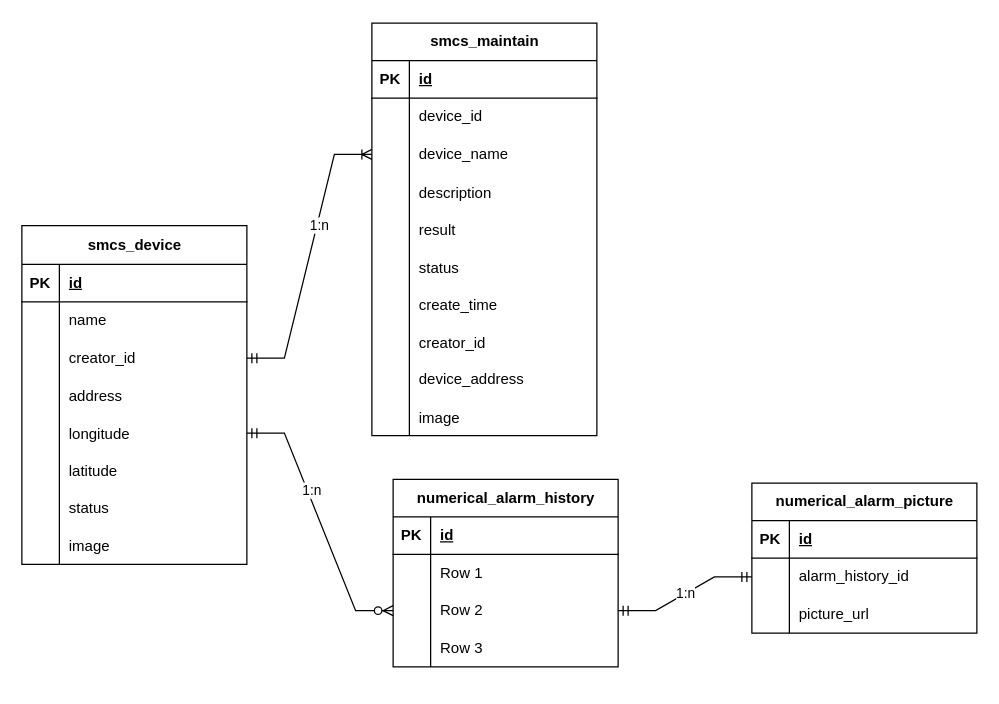
Before: page "数据库e-r图" (3 of 3) of 模块.drawio in viking-wj/software, a draw.io diagram. Source tidied: cells renumbered, new cells numbered last; positions are measured from the earlier drawing's top-left corner, leaving out a move shared by most shapes. Both pictures are drawn from the tidied source at 125%, with x=0, y=0 at pixel (21, 22).
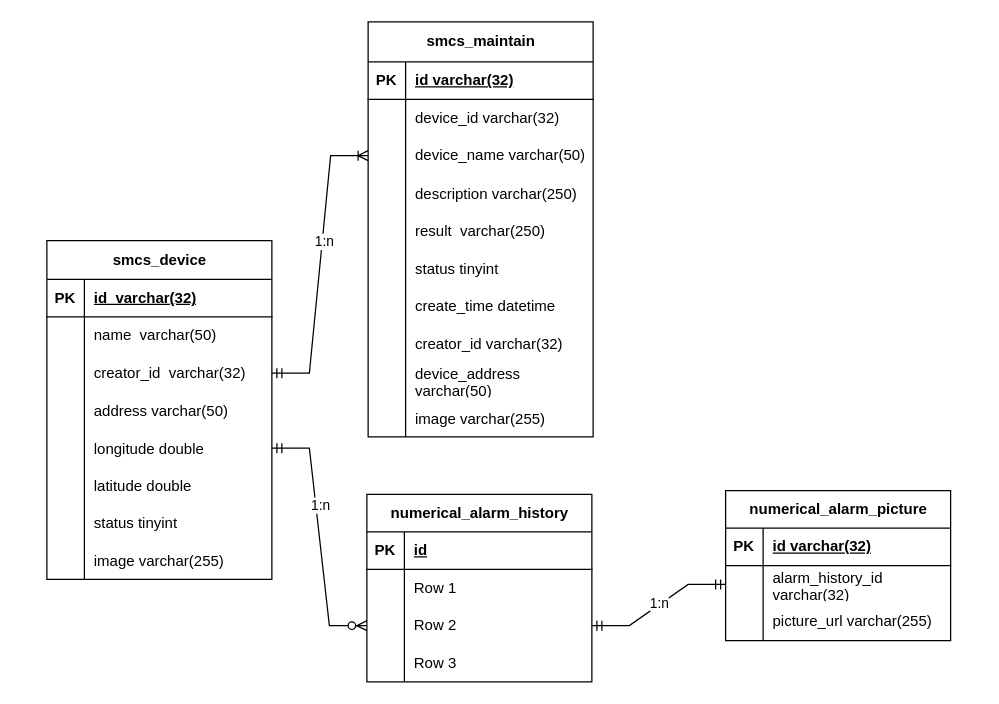
The same diagram, later.

Commit message:
补充数据类型.drawio

Unchanged cells that the change refers to:
```xml
<mxCell id="3" style="shape=tableRow;horizontal=0;startSize=0;swimlaneHead=0;swimlaneBody=0;fillColor=none;top=0;left=0;right=0;bottom=1;" parent="2" vertex="1">
  <mxGeometry y="31" width="180" height="30" as="geometry" />
</mxCell>
<mxCell id="6" style="shape=tableRow;horizontal=0;startSize=0;swimlaneHead=0;swimlaneBody=0;fillColor=none;top=0;left=0;right=0;bottom=0;" parent="2" vertex="1">
  <mxGeometry y="61" width="180" height="30" as="geometry" />
</mxCell>
<mxCell id="9" style="shape=tableRow;horizontal=0;startSize=0;swimlaneHead=0;swimlaneBody=0;fillColor=none;points=[[0,0.5],[1,0.5]];portConstraint=eastwest;top=0;left=0;right=0;bottom=0;" parent="2" vertex="1">
  <mxGeometry y="91" width="180" height="30" as="geometry" />
</mxCell>
<mxCell id="12" style="shape=tableRow;horizontal=0;startSize=0;swimlaneHead=0;swimlaneBody=0;fillColor=none;top=0;left=0;right=0;bottom=0;" parent="2" vertex="1">
  <mxGeometry y="121" width="180" height="30" as="geometry" />
</mxCell>
<mxCell id="15" style="shape=tableRow;horizontal=0;startSize=0;swimlaneHead=0;swimlaneBody=0;fillColor=none;points=[[0,0.5],[1,0.5]];portConstraint=eastwest;top=0;left=0;right=0;bottom=0;" parent="2" vertex="1">
  <mxGeometry y="151" width="180" height="30" as="geometry" />
</mxCell>
<mxCell id="18" style="shape=tableRow;horizontal=0;startSize=0;swimlaneHead=0;swimlaneBody=0;fillColor=none;top=0;left=0;right=0;bottom=0;" parent="2" vertex="1">
  <mxGeometry y="181" width="180" height="30" as="geometry" />
</mxCell>
<mxCell id="21" style="shape=tableRow;horizontal=0;startSize=0;swimlaneHead=0;swimlaneBody=0;fillColor=none;top=0;left=0;right=0;bottom=0;" parent="2" vertex="1">
  <mxGeometry y="211" width="180" height="30" as="geometry" />
</mxCell>
<mxCell id="24" style="shape=tableRow;horizontal=0;startSize=0;swimlaneHead=0;swimlaneBody=0;fillColor=none;top=0;left=0;right=0;bottom=0;" parent="2" vertex="1">
  <mxGeometry y="241" width="180" height="30" as="geometry" />
</mxCell>
<mxCell id="58" style="edgeStyle=entityRelationEdgeStyle;fontSize=12;html=1;endArrow=ERoneToMany;startArrow=ERmandOne;rounded=0;exitX=1;exitY=0.5;exitDx=0;exitDy=0;" parent="1" edge="1" source="9" target="34">
  <mxGeometry relative="1" as="geometry">
    <Array as="points">
      <mxPoint x="230" y="172" />
    </Array>
  </mxGeometry>
</mxCell>
<mxCell id="61" style="shape=tableRow;horizontal=0;startSize=0;swimlaneHead=0;swimlaneBody=0;fillColor=none;top=0;left=0;right=0;bottom=1;" parent="60" vertex="1">
  <mxGeometry y="30" width="180" height="30" as="geometry" />
</mxCell>
<mxCell id="64" style="shape=tableRow;horizontal=0;startSize=0;swimlaneHead=0;swimlaneBody=0;fillColor=none;points=[[0,0.5],[1,0.5]];portConstraint=eastwest;top=0;left=0;right=0;bottom=0;" parent="60" vertex="1">
  <mxGeometry y="60" width="180" height="30" as="geometry" />
</mxCell>
<mxCell id="67" style="shape=tableRow;horizontal=0;startSize=0;swimlaneHead=0;swimlaneBody=0;fillColor=none;top=0;left=0;right=0;bottom=0;" parent="60" vertex="1">
  <mxGeometry y="90" width="180" height="30" as="geometry" />
</mxCell>
```

The edit, as a diff of the source:
```diff
@@
     <mxCell id="2" value="smcs_device" style="shape=table;startSize=31;childLayout=tableLayout;rowLines=0;fontStyle=1;align=center;html=1;" parent="1" vertex="1">
-      <mxGeometry y="162" width="180" height="271" as="geometry" />
+      <mxGeometry x="20" y="174" width="180" height="271" as="geometry" />
     </mxCell>
@@
-    <mxCell id="5" value="id" style="shape=partialRectangle;fillColor=none;top=0;left=0;bottom=0;right=0;align=left;spacingLeft=6;fontStyle=5;overflow=hidden;whiteSpace=wrap;html=1;" parent="3" vertex="1">
+    <mxCell id="5" value="id&amp;nbsp; varchar(32)" style="shape=partialRectangle;fillColor=none;top=0;left=0;bottom=0;right=0;align=left;spacingLeft=6;fontStyle=5;overflow=hidden;whiteSpace=wrap;html=1;" parent="3" vertex="1">
       <mxGeometry x="30" width="150" height="30" as="geometry" />
     </mxCell>
@@
-    <mxCell id="8" value="name" style="shape=partialRectangle;fillColor=none;top=0;left=0;bottom=0;right=0;align=left;spacingLeft=6;overflow=hidden;whiteSpace=wrap;html=1;" parent="6" vertex="1">
+    <mxCell id="8" value="name&amp;nbsp; varchar(50)" style="shape=partialRectangle;fillColor=none;top=0;left=0;bottom=0;right=0;align=left;spacingLeft=6;overflow=hidden;whiteSpace=wrap;html=1;" parent="6" vertex="1">
       <mxGeometry x="30" width="150" height="30" as="geometry" />
     </mxCell>
@@
-    <mxCell id="11" value="creator_id" style="shape=partialRectangle;fillColor=none;top=0;left=0;bottom=0;right=0;align=left;spacingLeft=6;overflow=hidden;whiteSpace=wrap;html=1;" parent="9" vertex="1">
+    <mxCell id="11" value="creator_id&amp;nbsp; varchar(32)" style="shape=partialRectangle;fillColor=none;top=0;left=0;bottom=0;right=0;align=left;spacingLeft=6;overflow=hidden;whiteSpace=wrap;html=1;" parent="9" vertex="1">
       <mxGeometry x="30" width="150" height="30" as="geometry" />
     </mxCell>
@@
-    <mxCell id="14" value="address" style="shape=partialRectangle;fillColor=none;top=0;left=0;bottom=0;right=0;align=left;spacingLeft=6;overflow=hidden;" parent="12" vertex="1">
+    <mxCell id="14" value="address varchar(50)" style="shape=partialRectangle;fillColor=none;top=0;left=0;bottom=0;right=0;align=left;spacingLeft=6;overflow=hidden;" parent="12" vertex="1">
       <mxGeometry x="30" width="150" height="30" as="geometry" />
     </mxCell>
@@
-    <mxCell id="17" value="longitude" style="shape=partialRectangle;fillColor=none;top=0;left=0;bottom=0;right=0;align=left;spacingLeft=6;overflow=hidden;" parent="15" vertex="1">
+    <mxCell id="17" value="longitude double" style="shape=partialRectangle;fillColor=none;top=0;left=0;bottom=0;right=0;align=left;spacingLeft=6;overflow=hidden;" parent="15" vertex="1">
       <mxGeometry x="30" width="150" height="30" as="geometry" />
     </mxCell>
@@
-    <mxCell id="20" value="latitude" style="shape=partialRectangle;fillColor=none;top=0;left=0;bottom=0;right=0;align=left;spacingLeft=6;overflow=hidden;" parent="18" vertex="1">
+    <mxCell id="20" value="latitude double" style="shape=partialRectangle;fillColor=none;top=0;left=0;bottom=0;right=0;align=left;spacingLeft=6;overflow=hidden;" parent="18" vertex="1">
       <mxGeometry x="30" width="150" height="30" as="geometry" />
     </mxCell>
@@
-    <mxCell id="23" value="status" style="shape=partialRectangle;fillColor=none;top=0;left=0;bottom=0;right=0;align=left;spacingLeft=6;overflow=hidden;whiteSpace=wrap;html=1;" parent="21" vertex="1">
+    <mxCell id="23" value="status tinyint" style="shape=partialRectangle;fillColor=none;top=0;left=0;bottom=0;right=0;align=left;spacingLeft=6;overflow=hidden;whiteSpace=wrap;html=1;" parent="21" vertex="1">
       <mxGeometry x="30" width="150" height="30" as="geometry" />
     </mxCell>
@@
-    <mxCell id="26" value="image" style="shape=partialRectangle;fillColor=none;top=0;left=0;bottom=0;right=0;align=left;spacingLeft=6;overflow=hidden;" parent="24" vertex="1">
+    <mxCell id="26" value="image varchar(255)" style="shape=partialRectangle;fillColor=none;top=0;left=0;bottom=0;right=0;align=left;spacingLeft=6;overflow=hidden;" parent="24" vertex="1">
       <mxGeometry x="30" width="150" height="30" as="geometry" />
     </mxCell>
-    <mxCell id="27" value="smcs_maintain" style="shape=table;startSize=30;childLayout=tableLayout;rowLines=0;fontStyle=1;align=center;html=1;" parent="1" vertex="1">
-      <mxGeometry x="280" width="180" height="330" as="geometry" />
+    <mxCell id="27" value="smcs_maintain" style="shape=table;startSize=32;childLayout=tableLayout;rowLines=0;fontStyle=1;align=center;html=1;" parent="1" vertex="1">
+      <mxGeometry x="277" y="-1" width="180" height="332" as="geometry" />
     </mxCell>
     <mxCell id="28" style="shape=tableRow;horizontal=0;startSize=0;swimlaneHead=0;swimlaneBody=0;fillColor=none;top=0;left=0;right=0;bottom=1;" parent="27" vertex="1">
-      <mxGeometry y="30" width="180" height="30" as="geometry" />
+      <mxGeometry y="32" width="180" height="30" as="geometry" />
     </mxCell>
@@
-    <mxCell id="30" value="id" style="shape=partialRectangle;fillColor=none;top=0;left=0;bottom=0;right=0;align=left;spacingLeft=6;fontStyle=5;overflow=hidden;whiteSpace=wrap;html=1;" parent="28" vertex="1">
+    <mxCell id="30" value="id varchar(32)" style="shape=partialRectangle;fillColor=none;top=0;left=0;bottom=0;right=0;align=left;spacingLeft=6;fontStyle=5;overflow=hidden;whiteSpace=wrap;html=1;" parent="28" vertex="1">
       <mxGeometry x="30" width="150" height="30" as="geometry" />
     </mxCell>
     <mxCell id="31" style="shape=tableRow;horizontal=0;startSize=0;swimlaneHead=0;swimlaneBody=0;fillColor=none;top=0;left=0;right=0;bottom=0;" parent="27" vertex="1">
-      <mxGeometry y="60" width="180" height="30" as="geometry" />
+      <mxGeometry y="62" width="180" height="30" as="geometry" />
     </mxCell>
@@
-    <mxCell id="33" value="device_id" style="shape=partialRectangle;fillColor=none;top=0;left=0;bottom=0;right=0;align=left;spacingLeft=6;overflow=hidden;whiteSpace=wrap;html=1;" parent="31" vertex="1">
+    <mxCell id="33" value="device_id varchar(32)" style="shape=partialRectangle;fillColor=none;top=0;left=0;bottom=0;right=0;align=left;spacingLeft=6;overflow=hidden;whiteSpace=wrap;html=1;" parent="31" vertex="1">
       <mxGeometry x="30" width="150" height="30" as="geometry" />
     </mxCell>
     <mxCell id="34" style="shape=tableRow;horizontal=0;startSize=0;swimlaneHead=0;swimlaneBody=0;fillColor=none;points=[[0,0.5],[1,0.5]];portConstraint=eastwest;top=0;left=0;right=0;bottom=0;" parent="27" vertex="1">
-      <mxGeometry y="90" width="180" height="30" as="geometry" />
+      <mxGeometry y="92" width="180" height="30" as="geometry" />
     </mxCell>
@@
-    <mxCell id="36" value="device_name" style="shape=partialRectangle;fillColor=none;top=0;left=0;bottom=0;right=0;align=left;spacingLeft=6;overflow=hidden;whiteSpace=wrap;html=1;" parent="34" vertex="1">
+    <mxCell id="36" value="device_name varchar(50)" style="shape=partialRectangle;fillColor=none;top=0;left=0;bottom=0;right=0;align=left;spacingLeft=6;overflow=hidden;whiteSpace=wrap;html=1;" parent="34" vertex="1">
       <mxGeometry x="30" width="150" height="30" as="geometry" />
     </mxCell>
     <mxCell id="37" style="shape=tableRow;horizontal=0;startSize=0;swimlaneHead=0;swimlaneBody=0;fillColor=none;top=0;left=0;right=0;bottom=0;" parent="27" vertex="1">
-      <mxGeometry y="120" width="180" height="30" as="geometry" />
+      <mxGeometry y="122" width="180" height="30" as="geometry" />
     </mxCell>
@@
-    <mxCell id="39" value="description" style="shape=partialRectangle;fillColor=none;top=0;left=0;bottom=0;right=0;align=left;spacingLeft=6;overflow=hidden;" parent="37" vertex="1">
+    <mxCell id="39" value="description varchar(250)" style="shape=partialRectangle;fillColor=none;top=0;left=0;bottom=0;right=0;align=left;spacingLeft=6;overflow=hidden;" parent="37" vertex="1">
       <mxGeometry x="30" width="150" height="30" as="geometry" />
     </mxCell>
     <mxCell id="40" style="shape=tableRow;horizontal=0;startSize=0;swimlaneHead=0;swimlaneBody=0;fillColor=none;top=0;left=0;right=0;bottom=0;" parent="27" vertex="1">
-      <mxGeometry y="150" width="180" height="30" as="geometry" />
+      <mxGeometry y="152" width="180" height="30" as="geometry" />
     </mxCell>
@@
-    <mxCell id="42" value="result" style="shape=partialRectangle;fillColor=none;top=0;left=0;bottom=0;right=0;align=left;spacingLeft=6;overflow=hidden;" parent="40" vertex="1">
+    <mxCell id="42" value="result  varchar(250)" style="shape=partialRectangle;fillColor=none;top=0;left=0;bottom=0;right=0;align=left;spacingLeft=6;overflow=hidden;" parent="40" vertex="1">
       <mxGeometry x="30" width="150" height="30" as="geometry" />
     </mxCell>
     <mxCell id="43" style="shape=tableRow;horizontal=0;startSize=0;swimlaneHead=0;swimlaneBody=0;fillColor=none;top=0;left=0;right=0;bottom=0;" parent="27" vertex="1">
-      <mxGeometry y="180" width="180" height="30" as="geometry" />
+      <mxGeometry y="182" width="180" height="30" as="geometry" />
     </mxCell>
@@
-    <mxCell id="45" value="status" style="shape=partialRectangle;fillColor=none;top=0;left=0;bottom=0;right=0;align=left;spacingLeft=6;overflow=hidden;" parent="43" vertex="1">
+    <mxCell id="45" value="status tinyint " style="shape=partialRectangle;fillColor=none;top=0;left=0;bottom=0;right=0;align=left;spacingLeft=6;overflow=hidden;" parent="43" vertex="1">
       <mxGeometry x="30" width="150" height="30" as="geometry" />
     </mxCell>
     <mxCell id="46" style="shape=tableRow;horizontal=0;startSize=0;swimlaneHead=0;swimlaneBody=0;fillColor=none;top=0;left=0;right=0;bottom=0;" parent="27" vertex="1">
-      <mxGeometry y="210" width="180" height="30" as="geometry" />
+      <mxGeometry y="212" width="180" height="30" as="geometry" />
     </mxCell>
@@
-    <mxCell id="48" value="create_time" style="shape=partialRectangle;fillColor=none;top=0;left=0;bottom=0;right=0;align=left;spacingLeft=6;overflow=hidden;" parent="46" vertex="1">
+    <mxCell id="48" value="create_time datetime" style="shape=partialRectangle;fillColor=none;top=0;left=0;bottom=0;right=0;align=left;spacingLeft=6;overflow=hidden;" parent="46" vertex="1">
       <mxGeometry x="30" width="150" height="30" as="geometry" />
     </mxCell>
     <mxCell id="49" style="shape=tableRow;horizontal=0;startSize=0;swimlaneHead=0;swimlaneBody=0;fillColor=none;top=0;left=0;right=0;bottom=0;" parent="27" vertex="1">
-      <mxGeometry y="240" width="180" height="30" as="geometry" />
+      <mxGeometry y="242" width="180" height="30" as="geometry" />
     </mxCell>
@@
-    <mxCell id="51" value="creator_id" style="shape=partialRectangle;fillColor=none;top=0;left=0;bottom=0;right=0;align=left;spacingLeft=6;overflow=hidden;" parent="49" vertex="1">
+    <mxCell id="51" value="creator_id varchar(32)" style="shape=partialRectangle;fillColor=none;top=0;left=0;bottom=0;right=0;align=left;spacingLeft=6;overflow=hidden;" parent="49" vertex="1">
       <mxGeometry x="30" width="150" height="30" as="geometry" />
     </mxCell>
     <mxCell id="52" style="shape=tableRow;horizontal=0;startSize=0;swimlaneHead=0;swimlaneBody=0;fillColor=none;top=0;left=0;right=0;bottom=0;" parent="27" vertex="1">
-      <mxGeometry y="270" width="180" height="30" as="geometry" />
+      <mxGeometry y="272" width="180" height="30" as="geometry" />
     </mxCell>
@@
-    <mxCell id="54" value="device_address" style="shape=partialRectangle;fillColor=none;top=0;left=0;bottom=0;right=0;align=left;spacingLeft=6;overflow=hidden;whiteSpace=wrap;html=1;" parent="52" vertex="1">
+    <mxCell id="54" value="device_address varchar(50)" style="shape=partialRectangle;fillColor=none;top=0;left=0;bottom=0;right=0;align=left;spacingLeft=6;overflow=hidden;whiteSpace=wrap;html=1;" parent="52" vertex="1">
       <mxGeometry x="30" width="150" height="30" as="geometry" />
     </mxCell>
     <mxCell id="55" style="shape=tableRow;horizontal=0;startSize=0;swimlaneHead=0;swimlaneBody=0;fillColor=none;top=0;left=0;right=0;bottom=0;" parent="27" vertex="1">
-      <mxGeometry y="300" width="180" height="30" as="geometry" />
+      <mxGeometry y="302" width="180" height="30" as="geometry" />
     </mxCell>
@@
-    <mxCell id="57" value="image" style="shape=partialRectangle;fillColor=none;top=0;left=0;bottom=0;right=0;align=left;spacingLeft=6;overflow=hidden;" parent="55" vertex="1">
+    <mxCell id="57" value="image varchar(255)" style="shape=partialRectangle;fillColor=none;top=0;left=0;bottom=0;right=0;align=left;spacingLeft=6;overflow=hidden;" parent="55" vertex="1">
       <mxGeometry x="30" width="150" height="30" as="geometry" />
     </mxCell>
@@
     <mxCell id="59" value="1:n" style="edgeLabel;html=1;align=center;verticalAlign=middle;" parent="58" vertex="1">
-      <mxGeometry x="0.23" y="-1" relative="1" as="geometry" />
+      <mxGeometry x="0.23" y="-1" relative="1" as="geometry">
+        <mxPoint x="-1" y="8" as="offset" />
+      </mxGeometry>
     </mxCell>
     <mxCell id="60" value="numerical_alarm_picture" style="shape=table;startSize=30;childLayout=tableLayout;rowLines=0;fontStyle=1;align=center;html=1;" parent="1" vertex="1">
-      <mxGeometry x="584" y="368" width="180" height="120" as="geometry" />
+      <mxGeometry x="563" y="374" width="180" height="120" as="geometry" />
     </mxCell>
@@
-    <mxCell id="63" value="id" style="shape=partialRectangle;fillColor=none;top=0;left=0;bottom=0;right=0;align=left;spacingLeft=6;fontStyle=5;overflow=hidden;whiteSpace=wrap;html=1;" parent="61" vertex="1">
+    <mxCell id="63" value="id varchar(32)" style="shape=partialRectangle;fillColor=none;top=0;left=0;bottom=0;right=0;align=left;spacingLeft=6;fontStyle=5;overflow=hidden;whiteSpace=wrap;html=1;" parent="61" vertex="1">
       <mxGeometry x="30" width="150" height="30" as="geometry" />
     </mxCell>
@@
-    <mxCell id="66" value="alarm_history_id" style="shape=partialRectangle;fillColor=none;top=0;left=0;bottom=0;right=0;align=left;spacingLeft=6;overflow=hidden;whiteSpace=wrap;html=1;" parent="64" vertex="1">
+    <mxCell id="66" value="alarm_history_id varchar(32)" style="shape=partialRectangle;fillColor=none;top=0;left=0;bottom=0;right=0;align=left;spacingLeft=6;overflow=hidden;whiteSpace=wrap;html=1;" parent="64" vertex="1">
       <mxGeometry x="30" width="150" height="30" as="geometry" />
     </mxCell>
@@
-    <mxCell id="69" value="picture_url" style="shape=partialRectangle;fillColor=none;top=0;left=0;bottom=0;right=0;align=left;spacingLeft=6;overflow=hidden;whiteSpace=wrap;html=1;" parent="67" vertex="1">
+    <mxCell id="69" value="picture_url varchar(255)" style="shape=partialRectangle;fillColor=none;top=0;left=0;bottom=0;right=0;align=left;spacingLeft=6;overflow=hidden;whiteSpace=wrap;html=1;" parent="67" vertex="1">
       <mxGeometry x="30" width="150" height="30" as="geometry" />
     </mxCell>
     <mxCell id="70" value="numerical_alarm_history" style="shape=table;startSize=30;childLayout=tableLayout;rowLines=0;fontStyle=1;align=center;html=1;" parent="1" vertex="1">
-      <mxGeometry x="297" y="365" width="180" height="150" as="geometry" />
+      <mxGeometry x="276" y="377" width="180" height="150" as="geometry" />
     </mxCell>
```
